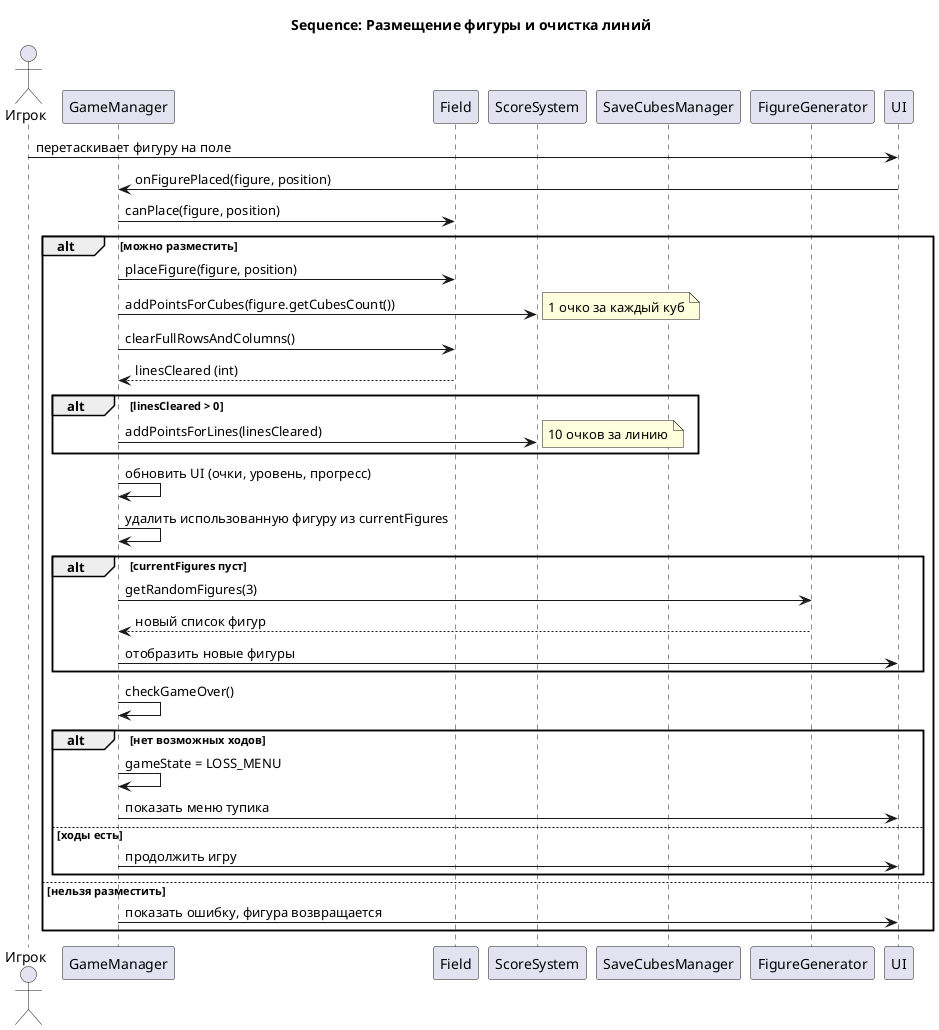
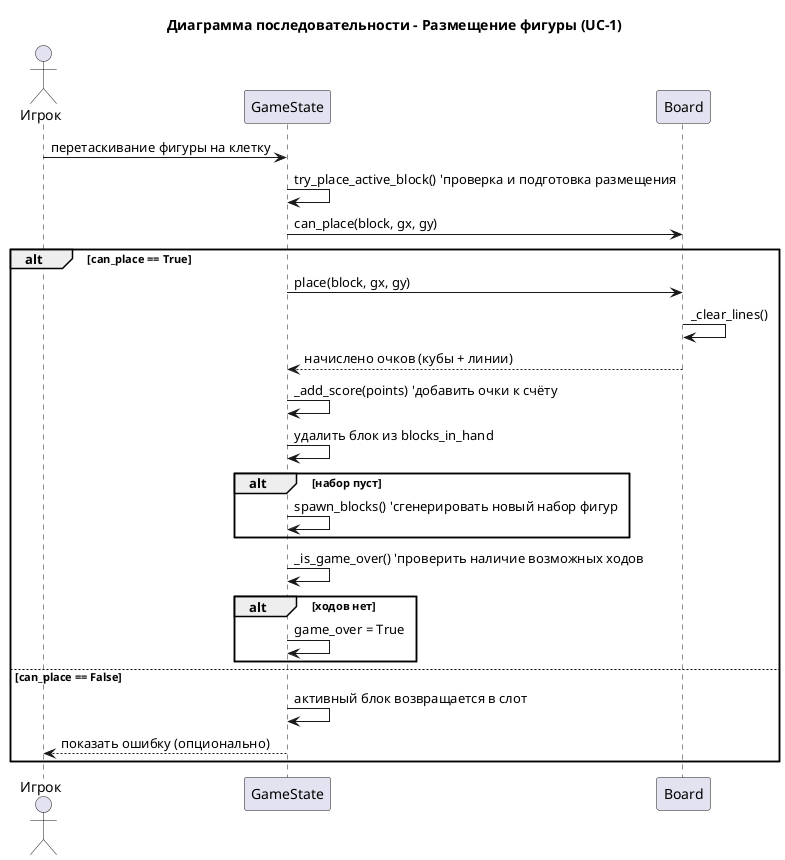
@startuml
- title Sequence: Размещение фигуры и очистка линий
+ title Диаграмма последовательности - Размещение фигуры (UC-1)

- actor "Игрок" as Player
- participant "GameManager" as GM
- participant "Field" as F
- participant "ScoreSystem" as SS
- participant "SaveCubesManager" as SC
- participant "FigureGenerator" as FG
- participant "UI" as UI
+ actor "Игрок" as P
+ participant "GameState" as GC
+ participant "Board" as F

- Player -> UI: перетаскивает фигуру на поле
- UI -> GM: onFigurePlaced(figure, position)
- GM -> F: canPlace(figure, position)
- alt можно разместить
-     GM -> F: placeFigure(figure, position)
-     GM -> SS: addPointsForCubes(figure.getCubesCount())
-     note right: 1 очко за каждый куб
-     GM -> F: clearFullRowsAndColumns()
-     F --> GM: linesCleared (int)
-     alt linesCleared > 0
-         GM -> SS: addPointsForLines(linesCleared)
-         note right: 10 очков за линию
+ P -> GC : перетаскивание фигуры на клетку
+ GC -> GC : try_place_active_block() 'проверка и подготовка размещения
+ GC -> F : can_place(block, gx, gy)
+ 
+ alt can_place == True
+     GC -> F : place(block, gx, gy)
+     F -> F : _clear_lines()
+     F --> GC : начислено очков (кубы + линии)
+     GC -> GC : _add_score(points) 'добавить очки к счёту
+     GC -> GC : удалить блок из blocks_in_hand
+ 
+     alt набор пуст
+         GC -> GC : spawn_blocks() 'сгенерировать новый набор фигур
    end
-     GM -> GM: обновить UI (очки, уровень, прогресс)
-     GM -> GM: удалить использованную фигуру из currentFigures
-     alt currentFigures пуст
-         GM -> FG: getRandomFigures(3)
-         FG --> GM: новый список фигур
-         GM -> UI: отобразить новые фигуры
+ 
+     GC -> GC : _is_game_over() 'проверить наличие возможных ходов
+     alt ходов нет
+         GC -> GC : game_over = True
    end
-     GM -> GM: checkGameOver()
-     alt нет возможных ходов
-         GM -> GM: gameState = LOSS_MENU
-         GM -> UI: показать меню тупика
-     else ходы есть
-         GM -> UI: продолжить игру
-     end
- else нельзя разместить
-     GM -> UI: показать ошибку, фигура возвращается
+ 
+ else can_place == False
+     GC -> GC : активный блок возвращается в слот
+     GC --> P : показать ошибку (опционально)
end
@enduml
